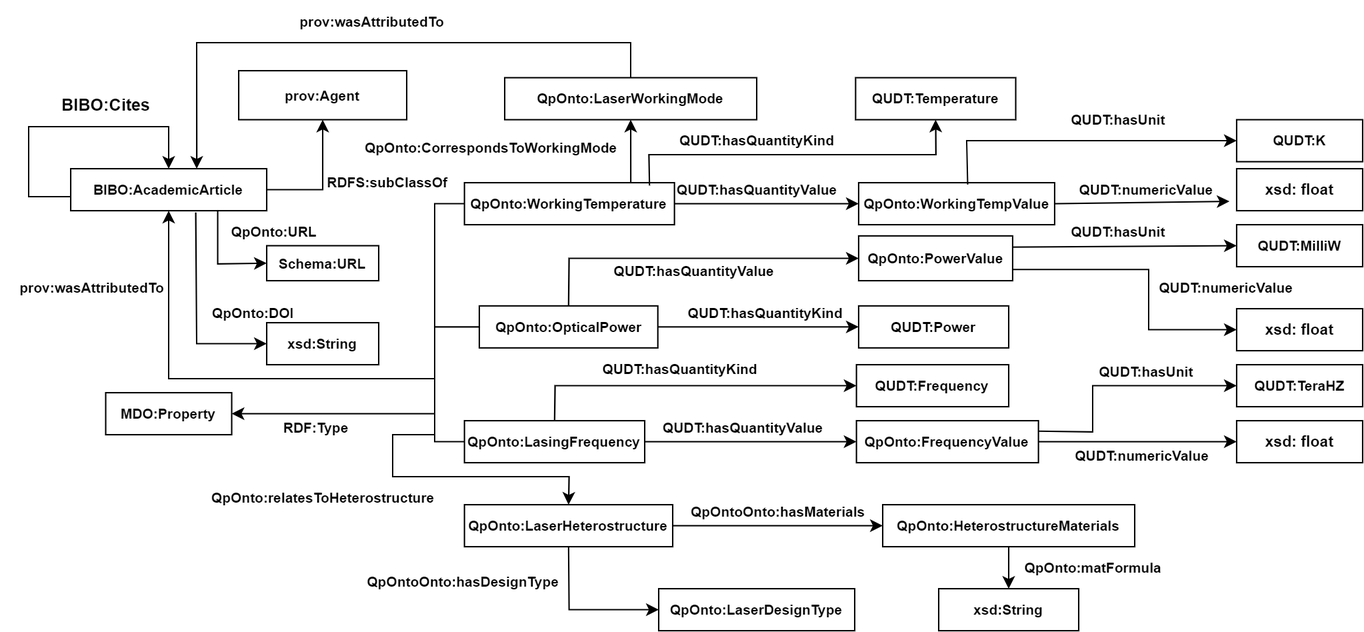
The draw.io diagram Images/qKG.png in DeperiasKerre/qKG, before a commit. Source tidied: cells renumbered, new cells last; positions are measured from the earlier drawing's top-left corner, leaving out a move shared by most shapes.
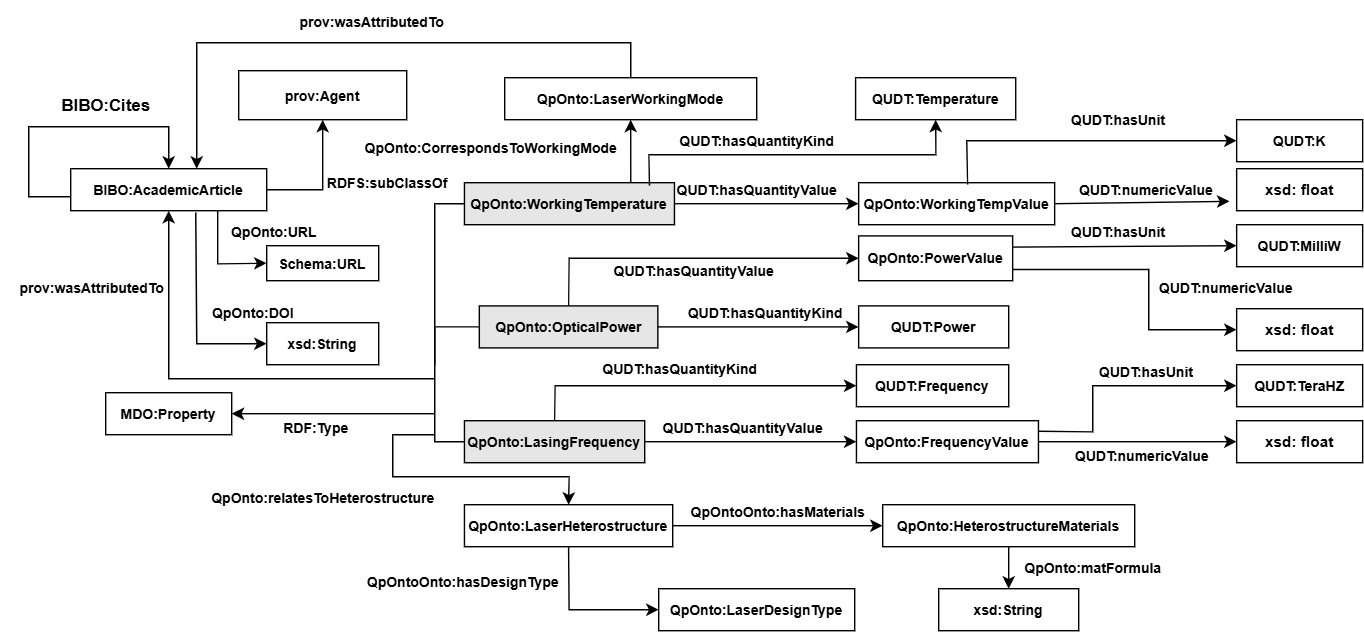
The same file after the commit.

The edit, as a diff of the source:
```diff
@@ -2,13 +2,13 @@
   <root>
     <mxCell id="0" />
     <mxCell id="1" parent="0" />
-    <mxCell id="2" value="&lt;b&gt;&lt;font style=&quot;font-size: 10px;&quot;&gt;QpOnto:WorkingTemperature&lt;/font&gt;&lt;/b&gt;" style="rounded=0;whiteSpace=wrap;html=1;" parent="1" vertex="1">
+    <mxCell id="2" value="&lt;b&gt;&lt;font style=&quot;font-size: 10px;&quot;&gt;QpOnto:WorkingTemperature&lt;/font&gt;&lt;/b&gt;" style="rounded=0;whiteSpace=wrap;html=1;fillColor=light-dark(#E6E6E6,var(--ge-dark-color, #121212));" parent="1" vertex="1">
       <mxGeometry x="331.2" y="130" width="150" height="30" as="geometry" />
     </mxCell>
-    <mxCell id="3" value="&lt;b&gt;&lt;font style=&quot;font-size: 10px;&quot;&gt;QpOnto:OpticalPower&lt;/font&gt;&lt;/b&gt;" style="rounded=0;whiteSpace=wrap;html=1;" parent="1" vertex="1">
+    <mxCell id="3" value="&lt;b&gt;&lt;font style=&quot;font-size: 10px;&quot;&gt;QpOnto:OpticalPower&lt;/font&gt;&lt;/b&gt;" style="rounded=0;whiteSpace=wrap;html=1;fillColor=light-dark(#E6E6E6,var(--ge-dark-color, #121212));" parent="1" vertex="1">
       <mxGeometry x="341.9" y="218" width="127.5" height="30" as="geometry" />
     </mxCell>
-    <mxCell id="4" value="&lt;b&gt;&lt;font style=&quot;font-size: 10px;&quot;&gt;QpOnto:LasingFrequency&lt;/font&gt;&lt;/b&gt;" style="rounded=0;whiteSpace=wrap;html=1;" parent="1" vertex="1">
+    <mxCell id="4" value="&lt;b&gt;&lt;font style=&quot;font-size: 10px;&quot;&gt;QpOnto:LasingFrequency&lt;/font&gt;&lt;/b&gt;" style="rounded=0;whiteSpace=wrap;html=1;fillColor=light-dark(#E6E6E6,var(--ge-dark-color, #121212));" parent="1" vertex="1">
       <mxGeometry x="331.2" y="300" width="128.8" height="30" as="geometry" />
     </mxCell>
     <mxCell id="5" value="&lt;b&gt;&lt;font style=&quot;font-size: 10px;&quot;&gt;MDO:Property&lt;/font&gt;&lt;/b&gt;" style="rounded=0;whiteSpace=wrap;html=1;" parent="1" vertex="1">
```
